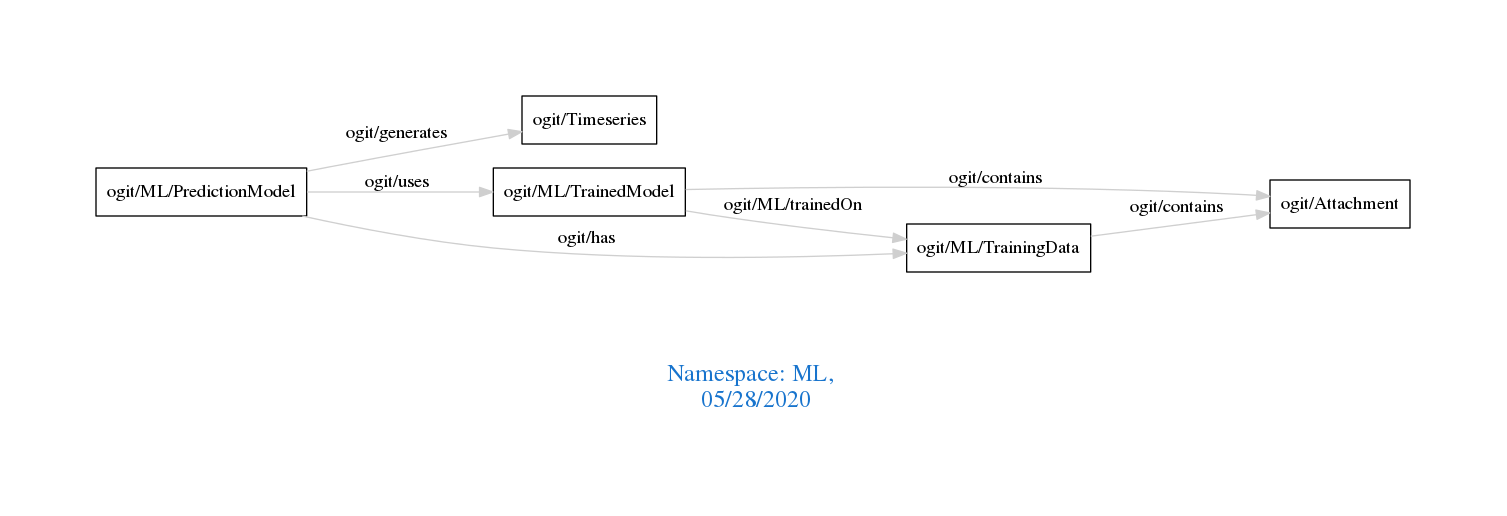
This is downloads/ML.png from arago/OGIT, a Graphviz export, as it was before one commit. Its source is kept beside it as downloads/ML.dot.
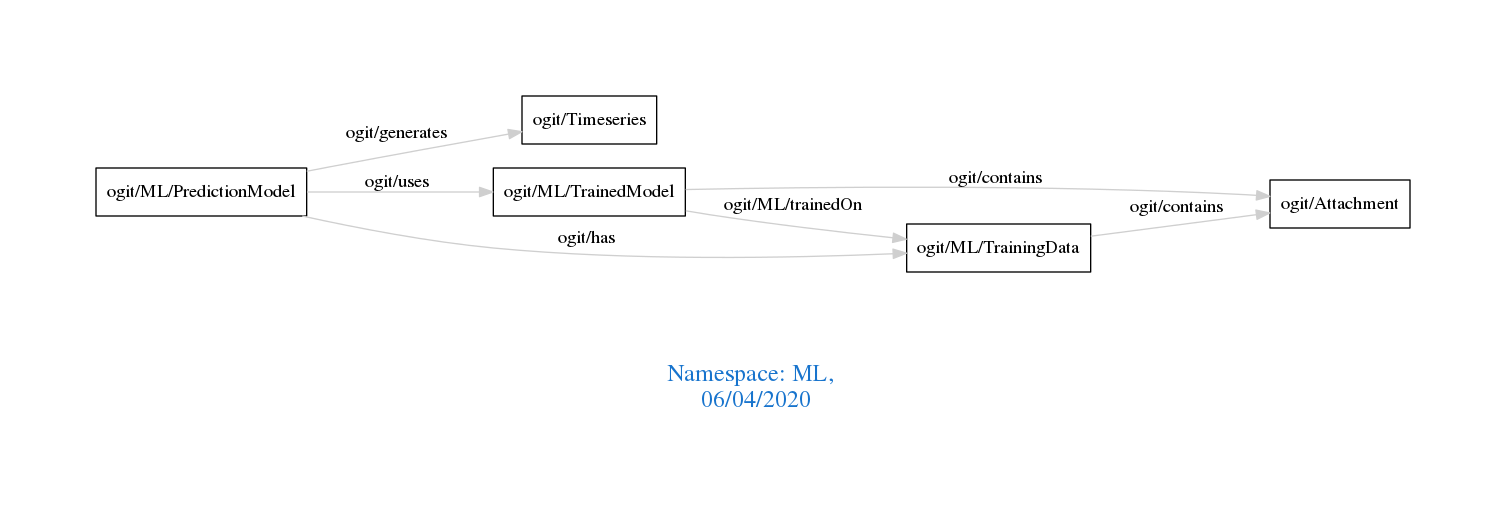
The same file after the commit.

The edit, as a diff of the source:
```diff
@@ -1,7 +1,7 @@
 digraph OGIT_ontology {
  graph [ rankdir= LR,pad=1
 fontsize = 18,
-fontcolor= dodgerblue3,label = "\n\n\nNamespace: ML, \n 05/28/2020"];
+fontcolor= dodgerblue3,label = "\n\n\nNamespace: ML, \n 06/04/2020"];
 node[shape=polygon];
 edge [  color="gray81"];
 
```
